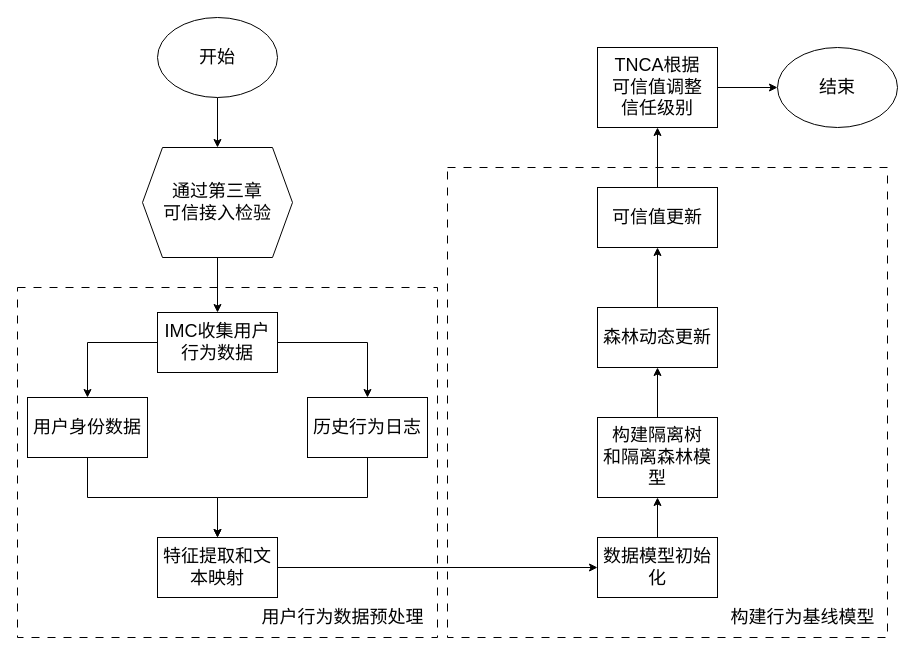
This is testDirectory/持续接入检验流程.drawio from Moose1273/-, a draw.io file, before an edit. Source tidied: cells renumbered, new cells numbered last; positions are measured from the earlier drawing's top-left corner, leaving out a move shared by most shapes. Both pictures are drawn from the tidied source at 100%, with x=0, y=0 at pixel (17, 17).
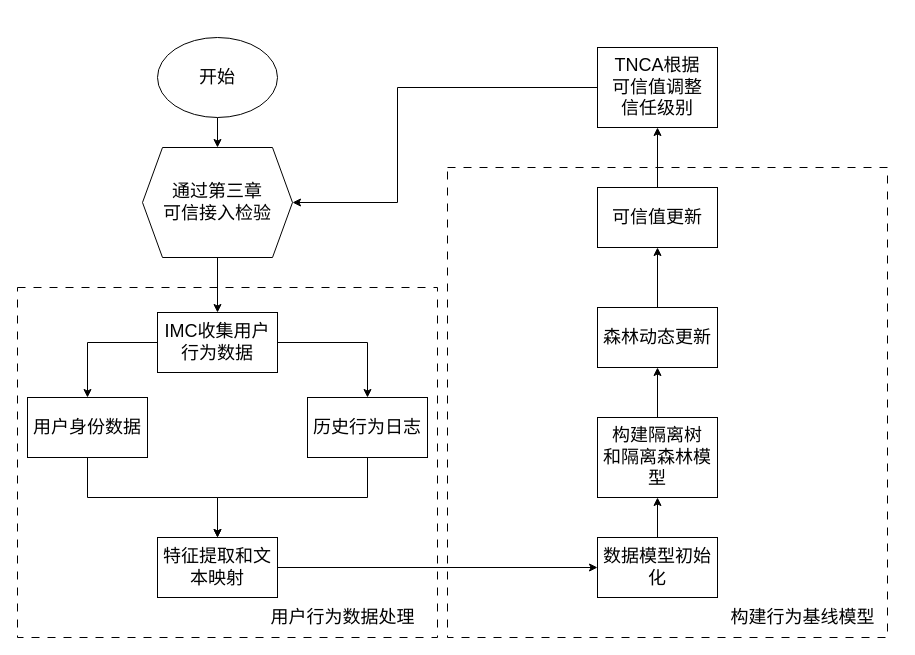
Above is the later version.

Commit message (it also covers changes not shown here):
更新持续接入检验流程.drawio

Unchanged cells that the change refers to:
```xml
<mxCell id="7" value="通过第三章&lt;br style=&quot;font-size: 18px;&quot;&gt;可信接入检验" style="shape=hexagon;perimeter=hexagonPerimeter2;whiteSpace=wrap;html=1;fixedSize=1;fontSize=18;" parent="1" vertex="1">
  <mxGeometry x="125" y="130" width="150" height="110" as="geometry" />
</mxCell>
<mxCell id="26" value="TNCA根据&lt;br&gt;可信值调整&lt;br&gt;信任级别" style="whiteSpace=wrap;html=1;fontSize=18;" parent="1" vertex="1">
  <mxGeometry x="580" y="30" width="120" height="80" as="geometry" />
</mxCell>
```

The edit, as a diff of the source:
```diff
@@
     <mxCell id="5" value="&lt;font style=&quot;font-size: 18px;&quot;&gt;开始&lt;/font&gt;" style="ellipse;whiteSpace=wrap;html=1;fontSize=18;" parent="1" vertex="1">
-      <mxGeometry x="140" width="120" height="80" as="geometry" />
+      <mxGeometry x="140" y="20" width="120" height="80" as="geometry" />
     </mxCell>
@@
-    <mxCell id="25" style="edgeStyle=orthogonalEdgeStyle;rounded=0;jettySize=auto;html=1;entryX=0;entryY=0.5;entryDx=0;entryDy=0;fontSize=18;" parent="1" edge="1" source="26" target="27">
-      <mxGeometry relative="1" as="geometry" />
-    </mxCell>
+    <mxCell id="30" style="edgeStyle=orthogonalEdgeStyle;rounded=0;jettySize=auto;html=1;exitX=0;exitY=0.5;exitDx=0;exitDy=0;entryX=1;entryY=0.5;entryDx=0;entryDy=0;" parent="1" edge="1" source="26" target="7">
+      <mxGeometry relative="1" as="geometry">
+        <Array as="points">
+          <mxPoint x="380" y="70" />
+          <mxPoint x="380" y="185" />
+        </Array>
+      </mxGeometry>
+    </mxCell>
@@
-    <mxCell id="27" value="&lt;font style=&quot;font-size: 18px;&quot;&gt;结束&lt;/font&gt;" style="ellipse;whiteSpace=wrap;html=1;fontSize=18;" parent="1" vertex="1">
-      <mxGeometry x="760" y="30" width="120" height="80" as="geometry" />
-    </mxCell>
-    <mxCell id="28" value="用户行为数据预处理" style="text;html=1;align=center;verticalAlign=middle;strokeColor=none;fillColor=none;fontSize=18;" parent="1" vertex="1">
-      <mxGeometry x="230" y="580" width="190" height="40" as="geometry" />
+    <mxCell id="28" value="用户行为数据处理" style="text;html=1;align=center;verticalAlign=middle;strokeColor=none;fillColor=none;fontSize=18;" parent="1" vertex="1">
+      <mxGeometry x="240" y="580" width="170" height="40" as="geometry" />
     </mxCell>
```
